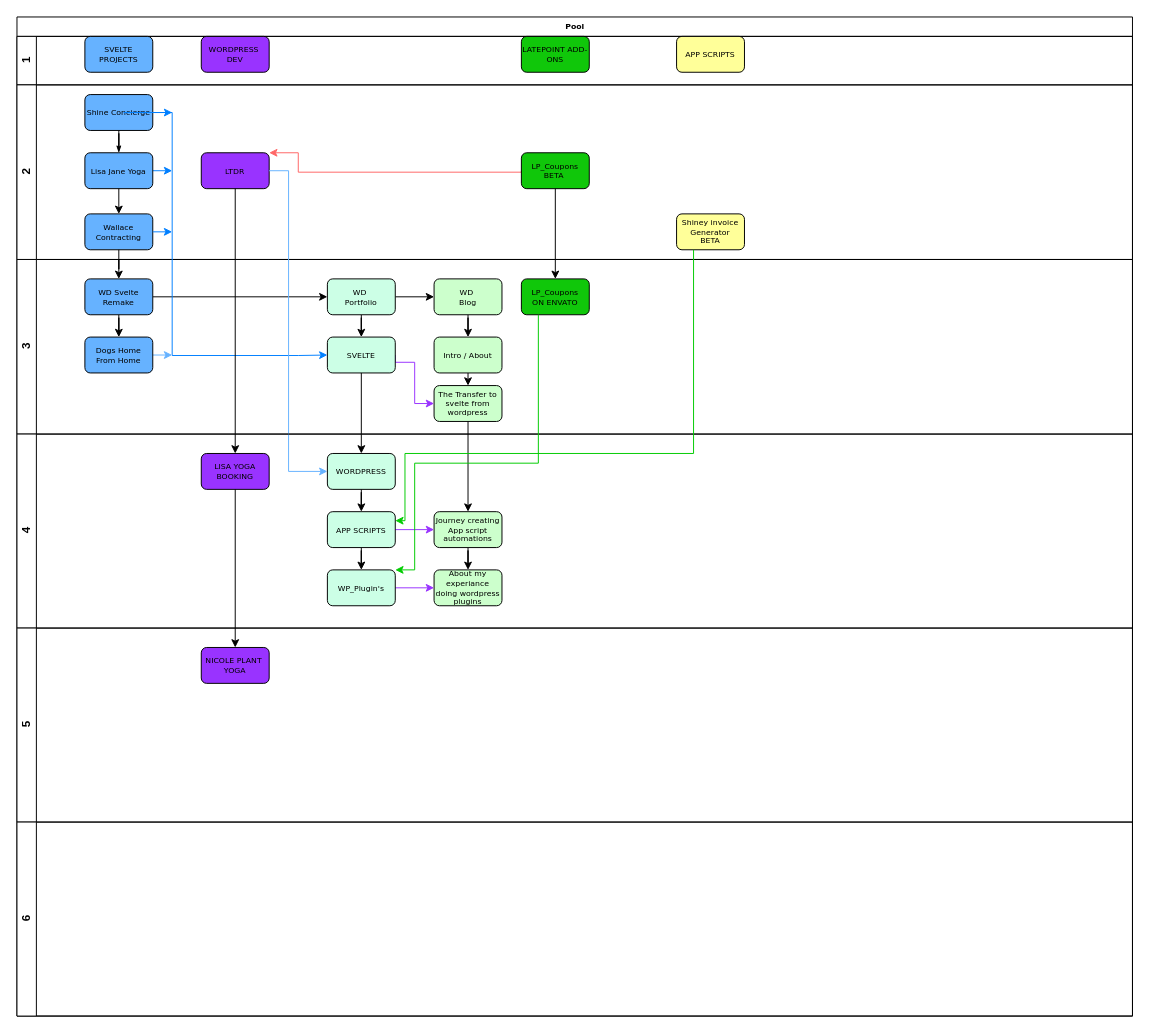
This is Untitled Diagram.drawio from weedavedev/pathway, a draw.io file, before an edit. Source tidied: cells renumbered, new cells numbered last; positions are measured from the earlier drawing's top-left corner, leaving out a move shared by most shapes. Both pictures are drawn from the tidied source at 97%, with x=0, y=0 at pixel (16, 16).
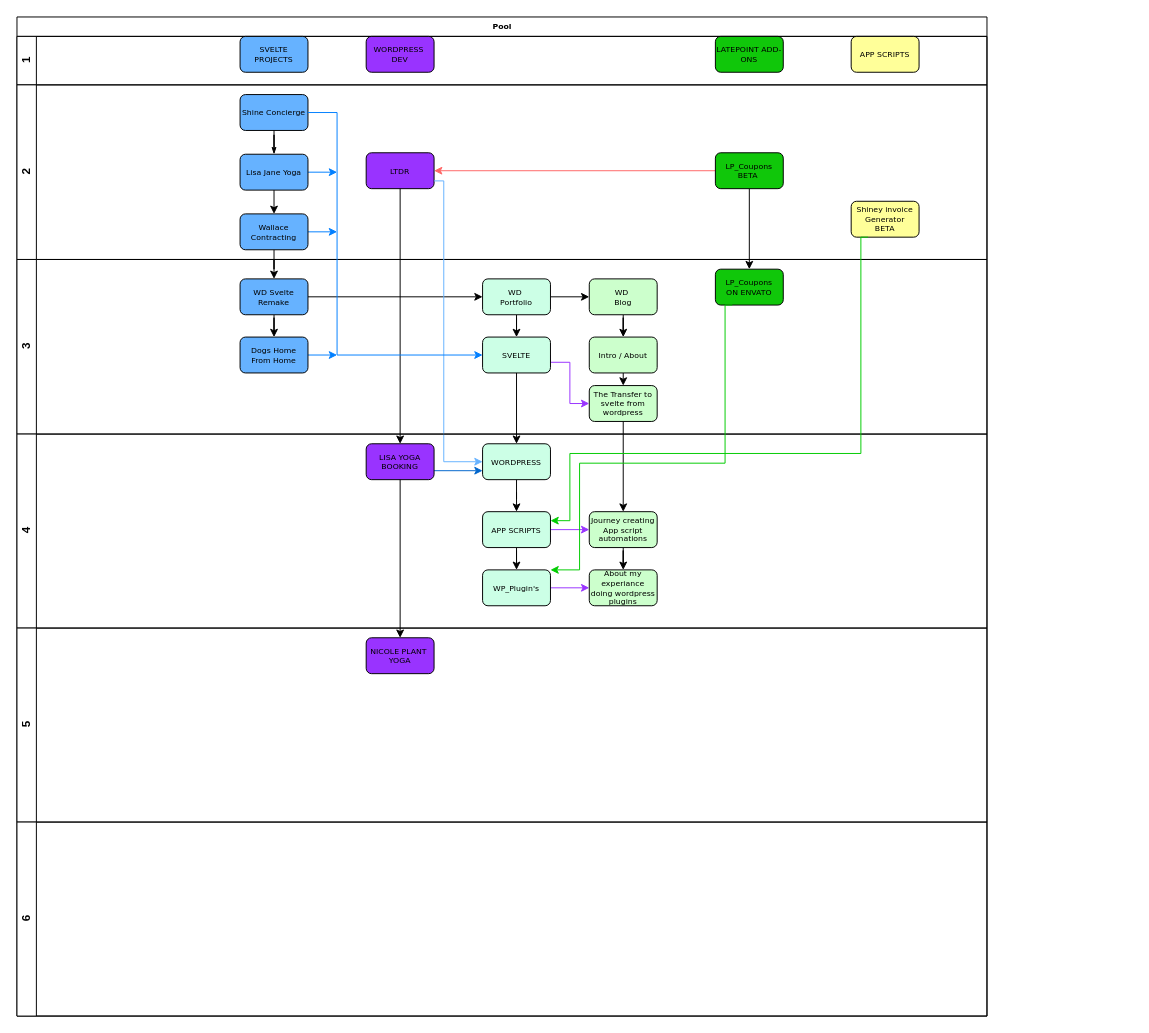
After the change.

Commit message:
moved to allow space for stage notes

The edit, as a diff of the source:
```diff
@@
     <mxCell id="2" value="Pool" style="swimlane;html=1;horizontal=1;startSize=20;rounded=0;shadow=0;labelBackgroundColor=none;strokeWidth=1;fontFamily=Verdana;fontSize=8;align=center;" parent="1" vertex="1">
-      <mxGeometry width="1150" height="1030" as="geometry" />
+      <mxGeometry width="1000" height="1030" as="geometry" />
     </mxCell>
     <mxCell id="3" value="1" style="swimlane;html=1;startSize=20;horizontal=0;" parent="2" vertex="1">
-      <mxGeometry y="20" width="1150" height="50" as="geometry" />
+      <mxGeometry y="20" width="1000" height="50" as="geometry" />
     </mxCell>
     <mxCell id="4" value="SVELTE PROJECTS" style="rounded=1;whiteSpace=wrap;html=1;shadow=0;labelBackgroundColor=none;strokeWidth=1;fontFamily=Verdana;fontSize=8;align=center;fillColor=#66B2FF;" parent="3" vertex="1">
-      <mxGeometry x="70" width="70" height="37" as="geometry" />
+      <mxGeometry x="230" width="70" height="37" as="geometry" />
     </mxCell>
     <mxCell id="5" value="WORDPRESS&amp;nbsp;&lt;br&gt;DEV" style="rounded=1;whiteSpace=wrap;html=1;shadow=0;labelBackgroundColor=none;strokeWidth=1;fontFamily=Verdana;fontSize=8;align=center;fillColor=#9933FF;" parent="3" vertex="1">
-      <mxGeometry x="190" width="70" height="37" as="geometry" />
+      <mxGeometry x="360" width="70" height="37" as="geometry" />
     </mxCell>
     <mxCell id="6" value="LATEPOINT ADD-ONS" style="rounded=1;whiteSpace=wrap;html=1;shadow=0;labelBackgroundColor=none;strokeWidth=1;fontFamily=Verdana;fontSize=8;align=center;fillColor=#10C70A;" parent="3" vertex="1">
-      <mxGeometry x="520" width="70" height="37" as="geometry" />
+      <mxGeometry x="720" width="70" height="37" as="geometry" />
     </mxCell>
     <mxCell id="7" value="APP SCRIPTS" style="rounded=1;whiteSpace=wrap;html=1;shadow=0;labelBackgroundColor=none;strokeWidth=1;fontFamily=Verdana;fontSize=8;align=center;fillColor=#FFFF99;" parent="3" vertex="1">
-      <mxGeometry x="680" width="70" height="37" as="geometry" />
+      <mxGeometry x="860" width="70" height="37" as="geometry" />
     </mxCell>
+    <mxCell id="20" style="edgeStyle=orthogonalEdgeStyle;rounded=0;jettySize=auto;html=1;" parent="2" edge="1" source="15" target="38">
+      <mxGeometry relative="1" as="geometry" />
+    </mxCell>
+    <mxCell id="21" style="edgeStyle=orthogonalEdgeStyle;rounded=0;jettySize=auto;html=1;entryX=0.5;entryY=0;entryDx=0;entryDy=0;" parent="2" edge="1" source="17" target="26">
+      <mxGeometry relative="1" as="geometry" />
+    </mxCell>
     <mxCell id="8" value="2" style="swimlane;html=1;startSize=20;horizontal=0;" parent="2" vertex="1">
-      <mxGeometry y="70" width="1150" height="180" as="geometry" />
+      <mxGeometry y="70" width="1000" height="180" as="geometry" />
     </mxCell>
-    <mxCell id="9" style="edgeStyle=orthogonalEdgeStyle;rounded=0;jettySize=auto;html=1;exitX=1;exitY=0.5;exitDx=0;exitDy=0;strokeColor=#007FFF;" parent="8" edge="1" source="10">
-      <mxGeometry relative="1" as="geometry">
-        <mxPoint x="160" y="28.6" as="targetPoint" />
-      </mxGeometry>
-    </mxCell>
     <mxCell id="10" value="Shine Concierge" style="rounded=1;whiteSpace=wrap;html=1;shadow=0;labelBackgroundColor=none;strokeWidth=1;fontFamily=Verdana;fontSize=8;align=center;fillColor=#66B2FF;" parent="8" vertex="1">
-      <mxGeometry x="70" y="10" width="70" height="37" as="geometry" />
+      <mxGeometry x="230" y="10" width="70" height="37" as="geometry" />
     </mxCell>
-    <mxCell id="11" style="edgeStyle=orthogonalEdgeStyle;rounded=0;jettySize=auto;html=1;exitX=1;exitY=0.5;exitDx=0;exitDy=0;strokeColor=#007FFF;" parent="8" edge="1" source="12">
-      <mxGeometry relative="1" as="geometry">
-        <mxPoint x="160" y="88.6" as="targetPoint" />
-      </mxGeometry>
-    </mxCell>
+    <mxCell id="66" style="edgeStyle=orthogonalEdgeStyle;rounded=0;jettySize=auto;html=1;exitX=1;exitY=0.5;exitDx=0;exitDy=0;strokeColor=#007FFF;" parent="8" edge="1" source="12">
+      <mxGeometry relative="1" as="geometry">
+        <mxPoint x="330" y="90.3" as="targetPoint" />
+      </mxGeometry>
+    </mxCell>
     <mxCell id="12" value="Lisa Jane Yoga" style="rounded=1;whiteSpace=wrap;html=1;shadow=0;labelBackgroundColor=none;strokeWidth=1;fontFamily=Verdana;fontSize=8;align=center;fillColor=#66B2FF;" parent="8" vertex="1">
-      <mxGeometry x="70" y="70" width="70" height="37" as="geometry" />
+      <mxGeometry x="230" y="71.5" width="70" height="37" as="geometry" />
     </mxCell>
@@
-    <mxCell id="14" style="edgeStyle=orthogonalEdgeStyle;rounded=0;jettySize=auto;html=1;exitX=0;exitY=0.5;exitDx=0;exitDy=0;strokeColor=#FF6666;entryX=1;entryY=0;entryDx=0;entryDy=0;" parent="8" edge="1" source="15" target="19">
-      <mxGeometry relative="1" as="geometry">
-        <Array as="points">
-          <mxPoint x="520" y="90" />
-          <mxPoint x="290" y="90" />
-          <mxPoint x="290" y="70" />
-        </Array>
-      </mxGeometry>
+    <mxCell id="14" style="edgeStyle=orthogonalEdgeStyle;rounded=0;jettySize=auto;html=1;exitX=0;exitY=0.5;exitDx=0;exitDy=0;strokeColor=#FF6666;entryX=1;entryY=0.5;entryDx=0;entryDy=0;" parent="8" edge="1" source="15" target="19">
+      <mxGeometry relative="1" as="geometry" />
     </mxCell>
     <mxCell id="15" value="LP_Coupons&lt;br&gt;BETA&amp;nbsp;" style="rounded=1;whiteSpace=wrap;html=1;shadow=0;labelBackgroundColor=none;strokeWidth=1;fontFamily=Verdana;fontSize=8;align=center;fillColor=#10C70A;" parent="8" vertex="1">
-      <mxGeometry x="520" y="70" width="70" height="37" as="geometry" />
+      <mxGeometry x="720" y="70" width="70" height="37" as="geometry" />
     </mxCell>
     <mxCell id="16" value="Shiney invoice Generator&lt;br&gt;BETA" style="rounded=1;whiteSpace=wrap;html=1;shadow=0;labelBackgroundColor=none;strokeWidth=1;fontFamily=Verdana;fontSize=8;align=center;fillColor=#FFFF99;" parent="8" vertex="1">
-      <mxGeometry x="680" y="133" width="70" height="37" as="geometry" />
+      <mxGeometry x="860" y="120" width="70" height="37" as="geometry" />
     </mxCell>
+    <mxCell id="67" style="edgeStyle=orthogonalEdgeStyle;rounded=0;jettySize=auto;html=1;exitX=1;exitY=0.5;exitDx=0;exitDy=0;strokeColor=#007FFF;" parent="8" edge="1" source="17">
+      <mxGeometry relative="1" as="geometry">
+        <mxPoint x="330" y="151.7" as="targetPoint" />
+      </mxGeometry>
+    </mxCell>
     <mxCell id="17" value="Wallace Contracting" style="rounded=1;whiteSpace=wrap;html=1;shadow=0;labelBackgroundColor=none;strokeWidth=1;fontFamily=Verdana;fontSize=8;align=center;fillColor=#66B2FF;" parent="8" vertex="1">
-      <mxGeometry x="70" y="133" width="70" height="37" as="geometry" />
+      <mxGeometry x="230" y="133" width="70" height="37" as="geometry" />
     </mxCell>
@@
     <mxCell id="19" value="LTDR" style="rounded=1;whiteSpace=wrap;html=1;shadow=0;labelBackgroundColor=none;strokeWidth=1;fontFamily=Verdana;fontSize=8;align=center;fillColor=#9933FF;" parent="8" vertex="1">
-      <mxGeometry x="190" y="70" width="70" height="37" as="geometry" />
+      <mxGeometry x="360" y="70" width="70" height="37" as="geometry" />
     </mxCell>
-    <mxCell id="20" style="edgeStyle=orthogonalEdgeStyle;rounded=0;jettySize=auto;html=1;" parent="2" edge="1" source="15" target="38">
-      <mxGeometry relative="1" as="geometry" />
-    </mxCell>
-    <mxCell id="21" style="edgeStyle=orthogonalEdgeStyle;rounded=0;jettySize=auto;html=1;entryX=0.5;entryY=0;entryDx=0;entryDy=0;" parent="2" edge="1" source="17" target="26">
-      <mxGeometry relative="1" as="geometry" />
-    </mxCell>
     <mxCell id="22" value="3" style="swimlane;html=1;startSize=20;horizontal=0;" parent="2" vertex="1">
-      <mxGeometry y="250" width="1150" height="180" as="geometry" />
+      <mxGeometry y="250" width="1000" height="180" as="geometry" />
     </mxCell>
-    <mxCell id="23" style="edgeStyle=orthogonalEdgeStyle;rounded=0;jettySize=auto;html=1;exitX=1;exitY=0.5;exitDx=0;exitDy=0;strokeColor=#007FFF;" parent="22" edge="1" source="17">
-      <mxGeometry relative="1" as="geometry">
-        <mxPoint x="160" y="-28" as="targetPoint" />
-      </mxGeometry>
-    </mxCell>
@@
     <mxCell id="26" value="WD Svelte Remake" style="rounded=1;whiteSpace=wrap;html=1;shadow=0;labelBackgroundColor=none;strokeWidth=1;fontFamily=Verdana;fontSize=8;align=center;fillColor=#66B2FF;" parent="22" vertex="1">
-      <mxGeometry x="70" y="20" width="70" height="37" as="geometry" />
+      <mxGeometry x="230" y="20" width="70" height="37" as="geometry" />
     </mxCell>
-    <mxCell id="27" style="edgeStyle=orthogonalEdgeStyle;rounded=0;jettySize=auto;html=1;exitX=1;exitY=0.5;exitDx=0;exitDy=0;strokeColor=#66B2FF;" parent="22" edge="1" source="28">
-      <mxGeometry relative="1" as="geometry">
-        <mxPoint x="160" y="98.3" as="targetPoint" />
-      </mxGeometry>
-    </mxCell>
-    <mxCell id="28" value="Dogs Home From Home" style="rounded=1;whiteSpace=wrap;html=1;shadow=0;labelBackgroundColor=none;strokeWidth=1;fontFamily=Verdana;fontSize=8;align=center;fillColor=#66B2FF;" parent="22" vertex="1">
-      <mxGeometry x="70" y="80" width="70" height="37" as="geometry" />
-    </mxCell>
@@
     <mxCell id="31" value="WD&amp;nbsp;&lt;br&gt;Portfolio" style="rounded=1;whiteSpace=wrap;html=1;shadow=0;labelBackgroundColor=none;strokeWidth=1;fontFamily=Verdana;fontSize=8;align=center;fillColor=#CCFFE6;" parent="22" vertex="1">
-      <mxGeometry x="320" y="20" width="70" height="37" as="geometry" />
+      <mxGeometry x="480" y="20" width="70" height="37" as="geometry" />
     </mxCell>
@@
     <mxCell id="33" value="WD&amp;nbsp;&lt;br&gt;Blog" style="rounded=1;whiteSpace=wrap;html=1;shadow=0;labelBackgroundColor=none;strokeWidth=1;fontFamily=Verdana;fontSize=8;align=center;fillColor=#CCFFCC;" parent="22" vertex="1">
-      <mxGeometry x="430" y="20" width="70" height="37" as="geometry" />
+      <mxGeometry x="590" y="20" width="70" height="37" as="geometry" />
     </mxCell>
     <mxCell id="34" style="edgeStyle=orthogonalEdgeStyle;rounded=0;jettySize=auto;html=1;exitX=1;exitY=0.5;exitDx=0;exitDy=0;entryX=0;entryY=0.5;entryDx=0;entryDy=0;strokeColor=#9933FF;" parent="22" edge="1" source="35" target="39">
       <mxGeometry relative="1" as="geometry">
         <Array as="points">
-          <mxPoint x="410" y="106" />
-          <mxPoint x="410" y="149" />
+          <mxPoint x="550" y="106" />
+          <mxPoint x="570" y="106" />
+          <mxPoint x="570" y="149" />
         </Array>
       </mxGeometry>
     </mxCell>
     <mxCell id="35" value="SVELTE" style="rounded=1;whiteSpace=wrap;html=1;shadow=0;labelBackgroundColor=none;strokeWidth=1;fontFamily=Verdana;fontSize=8;align=center;fillColor=#CCFFE6;" parent="22" vertex="1">
-      <mxGeometry x="320" y="80" width="70" height="37" as="geometry" />
+      <mxGeometry x="480" y="80" width="70" height="37" as="geometry" />
     </mxCell>
@@
     <mxCell id="37" value="Intro / About" style="rounded=1;whiteSpace=wrap;html=1;shadow=0;labelBackgroundColor=none;strokeWidth=1;fontFamily=Verdana;fontSize=8;align=center;fillColor=#CCFFCC;" parent="22" vertex="1">
-      <mxGeometry x="430" y="80" width="70" height="37" as="geometry" />
+      <mxGeometry x="590" y="80" width="70" height="37" as="geometry" />
     </mxCell>
     <mxCell id="38" value="LP_Coupons&lt;br&gt;ON ENVATO" style="rounded=1;whiteSpace=wrap;html=1;shadow=0;labelBackgroundColor=none;strokeWidth=1;fontFamily=Verdana;fontSize=8;align=center;fillColor=#10C70A;" parent="22" vertex="1">
-      <mxGeometry x="520" y="20" width="70" height="37" as="geometry" />
+      <mxGeometry x="720" y="10" width="70" height="37" as="geometry" />
     </mxCell>
     <mxCell id="39" value="The Transfer to svelte from wordpress" style="rounded=1;whiteSpace=wrap;html=1;shadow=0;labelBackgroundColor=none;strokeWidth=1;fontFamily=Verdana;fontSize=8;align=center;fillColor=#CCFFCC;" parent="22" vertex="1">
-      <mxGeometry x="430" y="130" width="70" height="37" as="geometry" />
+      <mxGeometry x="590" y="130" width="70" height="37" as="geometry" />
     </mxCell>
-    <mxCell id="40" style="edgeStyle=orthogonalEdgeStyle;rounded=0;jettySize=auto;html=1;exitX=1;exitY=0.5;exitDx=0;exitDy=0;entryX=0;entryY=0.5;entryDx=0;entryDy=0;strokeColor=#007FFF;" parent="22" edge="1" target="35">
-      <mxGeometry relative="1" as="geometry">
-        <mxPoint x="110" y="-151.5" as="sourcePoint" />
-        <Array as="points">
-          <mxPoint x="160" y="-151" />
-          <mxPoint x="160" y="99" />
-          <mxPoint x="290" y="99" />
-        </Array>
-      </mxGeometry>
-    </mxCell>
+    <mxCell id="68" style="edgeStyle=orthogonalEdgeStyle;rounded=0;jettySize=auto;html=1;exitX=1;exitY=0.5;exitDx=0;exitDy=0;strokeColor=#007FFF;" parent="22" edge="1" source="28">
+      <mxGeometry relative="1" as="geometry">
+        <mxPoint x="330" y="98.3" as="targetPoint" />
+      </mxGeometry>
+    </mxCell>
+    <mxCell id="28" value="Dogs Home From Home" style="rounded=1;whiteSpace=wrap;html=1;shadow=0;labelBackgroundColor=none;strokeWidth=1;fontFamily=Verdana;fontSize=8;align=center;fillColor=#66B2FF;" parent="22" vertex="1">
+      <mxGeometry x="230" y="80" width="70" height="37" as="geometry" />
+    </mxCell>
-    <mxCell id="41" style="edgeStyle=orthogonalEdgeStyle;rounded=0;jettySize=auto;html=1;exitX=1;exitY=0.5;exitDx=0;exitDy=0;entryX=0;entryY=0.5;entryDx=0;entryDy=0;strokeColor=#66B2FF;" parent="2" edge="1" source="19" target="45">
+    <mxCell id="41" style="edgeStyle=orthogonalEdgeStyle;rounded=0;jettySize=auto;html=1;entryX=0;entryY=0.5;entryDx=0;entryDy=0;strokeColor=#66B2FF;" parent="2" edge="1" target="45">
       <mxGeometry relative="1" as="geometry">
+        <mxPoint x="430" y="169" as="sourcePoint" />
         <Array as="points">
-          <mxPoint x="280" y="159" />
-          <mxPoint x="280" y="469" />
-          <mxPoint x="320" y="469" />
+          <mxPoint x="430" y="169" />
+          <mxPoint x="440" y="169" />
+          <mxPoint x="440" y="459" />
         </Array>
       </mxGeometry>
     </mxCell>
     <mxCell id="42" value="4" style="swimlane;html=1;startSize=20;horizontal=0;" parent="2" vertex="1">
-      <mxGeometry y="430" width="1150" height="200" as="geometry" />
+      <mxGeometry y="430" width="1000" height="200" as="geometry" />
     </mxCell>
@@
     <mxCell id="45" value="WORDPRESS" style="rounded=1;whiteSpace=wrap;html=1;shadow=0;labelBackgroundColor=none;strokeWidth=1;fontFamily=Verdana;fontSize=8;align=center;fillColor=#CCFFE6;" parent="42" vertex="1">
-      <mxGeometry x="320" y="20" width="70" height="37" as="geometry" />
+      <mxGeometry x="480" y="10" width="70" height="37" as="geometry" />
     </mxCell>
@@
     <mxCell id="48" value="APP SCRIPTS" style="rounded=1;whiteSpace=wrap;html=1;shadow=0;labelBackgroundColor=none;strokeWidth=1;fontFamily=Verdana;fontSize=8;align=center;fillColor=#CCFFE6;" parent="42" vertex="1">
-      <mxGeometry x="320" y="80" width="70" height="37" as="geometry" />
+      <mxGeometry x="480" y="80" width="70" height="37" as="geometry" />
     </mxCell>
@@
     <mxCell id="50" value="WP_Plugin's" style="rounded=1;whiteSpace=wrap;html=1;shadow=0;labelBackgroundColor=none;strokeWidth=1;fontFamily=Verdana;fontSize=8;align=center;fillColor=#CCFFE6;" parent="42" vertex="1">
-      <mxGeometry x="320" y="140" width="70" height="37" as="geometry" />
+      <mxGeometry x="480" y="140" width="70" height="37" as="geometry" />
     </mxCell>
+    <mxCell id="69" style="edgeStyle=orthogonalEdgeStyle;rounded=0;jettySize=auto;html=1;exitX=1;exitY=0.75;exitDx=0;exitDy=0;entryX=0;entryY=0.75;entryDx=0;entryDy=0;strokeColor=#0066CC;" parent="42" edge="1" source="51" target="45">
+      <mxGeometry relative="1" as="geometry" />
+    </mxCell>
     <mxCell id="51" value="LISA YOGA BOOKING" style="rounded=1;whiteSpace=wrap;html=1;shadow=0;labelBackgroundColor=none;strokeWidth=1;fontFamily=Verdana;fontSize=8;align=center;fillColor=#9933FF;" parent="42" vertex="1">
-      <mxGeometry x="190" y="20" width="70" height="37" as="geometry" />
+      <mxGeometry x="360" y="10" width="70" height="37" as="geometry" />
     </mxCell>
@@
     <mxCell id="53" value="Journey creating App script automations" style="rounded=1;whiteSpace=wrap;html=1;shadow=0;labelBackgroundColor=none;strokeWidth=1;fontFamily=Verdana;fontSize=8;align=center;fillColor=#CCFFCC;" parent="42" vertex="1">
-      <mxGeometry x="430" y="80" width="70" height="37" as="geometry" />
+      <mxGeometry x="590" y="80" width="70" height="37" as="geometry" />
     </mxCell>
     <mxCell id="54" value="About my experiance doing wordpress plugins" style="rounded=1;whiteSpace=wrap;html=1;shadow=0;labelBackgroundColor=none;strokeWidth=1;fontFamily=Verdana;fontSize=8;align=center;fillColor=#CCFFCC;" parent="42" vertex="1">
-      <mxGeometry x="430" y="140" width="70" height="37" as="geometry" />
+      <mxGeometry x="590" y="140" width="70" height="37" as="geometry" />
     </mxCell>
@@
     <mxCell id="57" style="edgeStyle=orthogonalEdgeStyle;rounded=0;jettySize=auto;html=1;exitX=0.25;exitY=1;exitDx=0;exitDy=0;entryX=1;entryY=0;entryDx=0;entryDy=0;strokeColor=#00CC00;" parent="2" edge="1" source="38" target="50">
       <mxGeometry relative="1" as="geometry">
         <Array as="points">
-          <mxPoint x="538" y="460" />
-          <mxPoint x="410" y="460" />
-          <mxPoint x="410" y="570" />
+          <mxPoint x="730" y="297" />
+          <mxPoint x="730" y="460" />
+          <mxPoint x="580" y="460" />
+          <mxPoint x="580" y="570" />
         </Array>
       </mxGeometry>
     </mxCell>
     <mxCell id="58" style="edgeStyle=orthogonalEdgeStyle;rounded=0;jettySize=auto;html=1;exitX=0.25;exitY=1;exitDx=0;exitDy=0;entryX=1;entryY=0.25;entryDx=0;entryDy=0;strokeColor=#00CC00;" parent="2" edge="1" source="16" target="48">
       <mxGeometry relative="1" as="geometry">
         <Array as="points">
-          <mxPoint x="698" y="450" />
-          <mxPoint x="400" y="450" />
-          <mxPoint x="400" y="519" />
+          <mxPoint x="870" y="227" />
+          <mxPoint x="870" y="450" />
+          <mxPoint x="570" y="450" />
+          <mxPoint x="570" y="519" />
         </Array>
       </mxGeometry>
     </mxCell>
@@
     <mxCell id="60" value="5" style="swimlane;html=1;startSize=20;horizontal=0;" parent="2" vertex="1">
-      <mxGeometry y="630" width="1150" height="200" as="geometry" />
+      <mxGeometry y="630" width="1000" height="200" as="geometry" />
     </mxCell>
@@
     <mxCell id="62" value="NICOLE PLANT&amp;nbsp;&lt;br&gt;YOGA" style="rounded=1;whiteSpace=wrap;html=1;shadow=0;labelBackgroundColor=none;strokeWidth=1;fontFamily=Verdana;fontSize=8;align=center;fillColor=#9933FF;" parent="60" vertex="1">
-      <mxGeometry x="190" y="20" width="70" height="37" as="geometry" />
+      <mxGeometry x="360" y="10" width="70" height="37" as="geometry" />
     </mxCell>
     <mxCell id="63" value="6" style="swimlane;html=1;startSize=20;horizontal=0;" parent="2" vertex="1">
-      <mxGeometry y="830" width="1150" height="200" as="geometry" />
+      <mxGeometry y="830" width="1000" height="200" as="geometry" />
     </mxCell>
@@
+    <mxCell id="70" style="edgeStyle=orthogonalEdgeStyle;rounded=0;jettySize=auto;html=1;exitX=1;exitY=0.5;exitDx=0;exitDy=0;entryX=0;entryY=0.5;entryDx=0;entryDy=0;strokeColor=#007FFF;" parent="2" edge="1" source="10" target="35">
+      <mxGeometry relative="1" as="geometry">
+        <Array as="points">
+          <mxPoint x="330" y="99" />
+          <mxPoint x="330" y="349" />
+        </Array>
+      </mxGeometry>
+    </mxCell>
```
